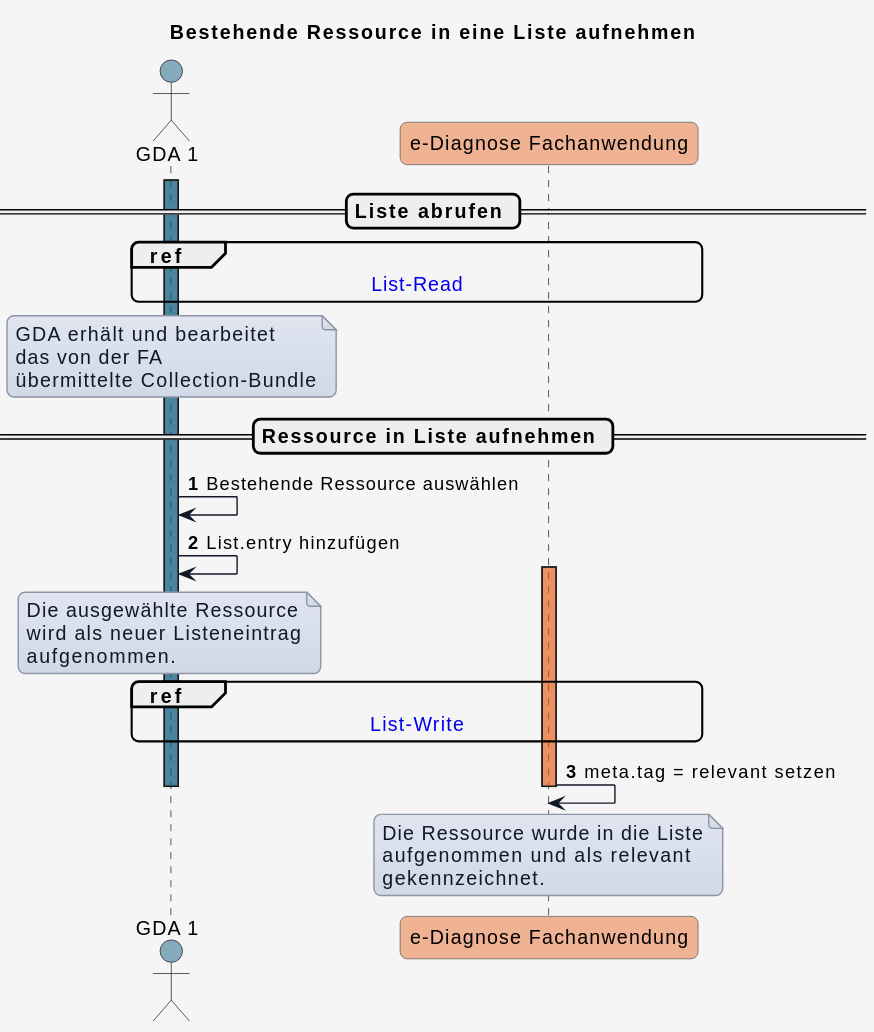
Above: input/images/plantuml/diagram_uc_06_02.svg in HL7Austria/ELGA-e-Diagnose-R4 (PlantUML), before the change.
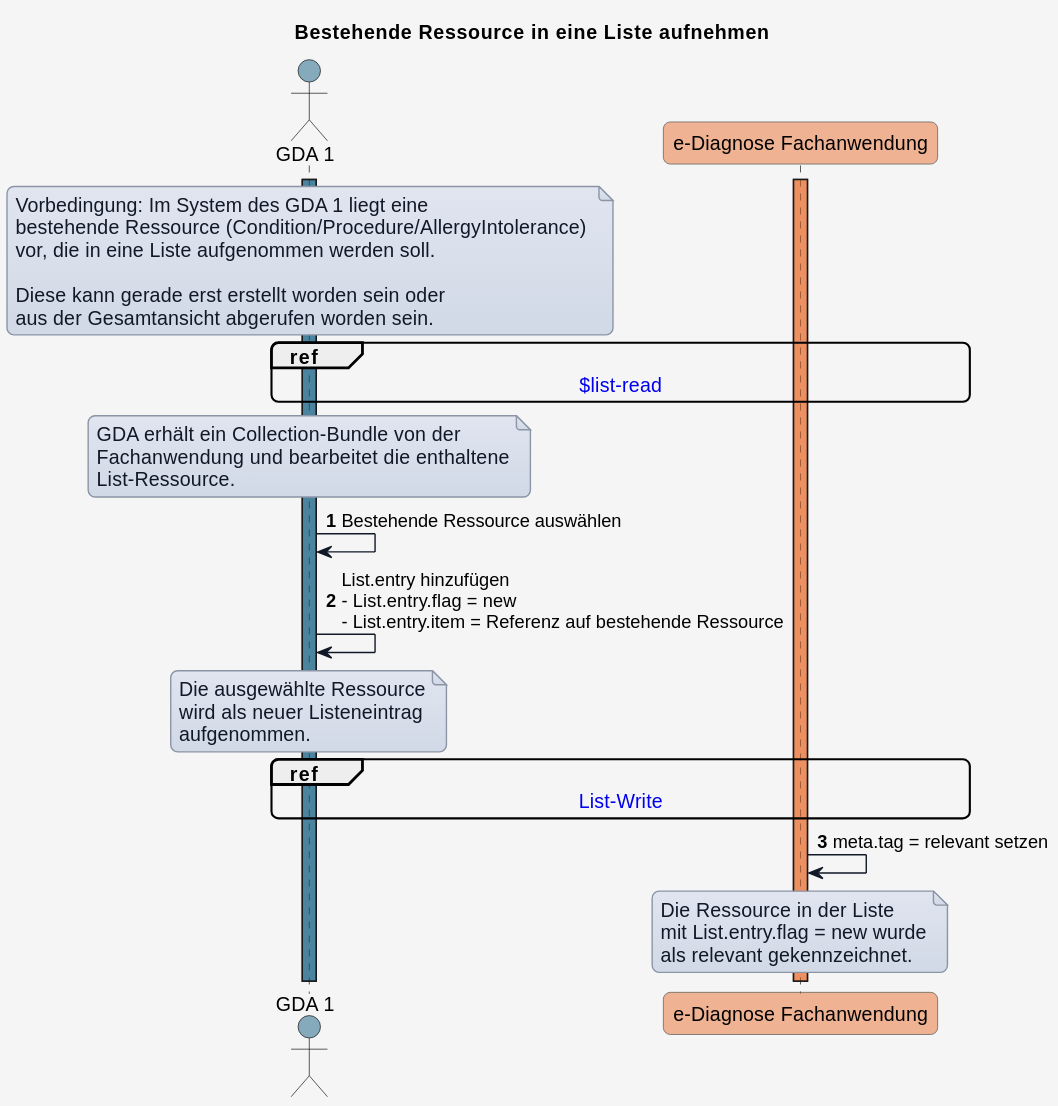
Later version of the same file.

Commit message:
Update adding item to list

Diff of the diagram source:
```diff
@@ -52,43 +52,42 @@
 
 autonumber
 
-== Liste abrufen ==
-
 activate GDA_1 COLOR_GDA_1
-
-ref over GDA_1, eDiag_FA : [[interactions.html#$list-read List-Read]]
+activate eDiag_FA COLOR_DIAG_FA
 
 note over GDA_1
-GDA erhält und bearbeitet
-das von der FA
-übermittelte Collection-Bundle
+  Vorbedingung: Im System des GDA 1 liegt eine
+  bestehende Ressource (Condition/Procedure/AllergyIntolerance)
+  vor, die in eine Liste aufgenommen werden soll.
+
+  Diese kann gerade erst erstellt worden sein oder
+  aus der Gesamtansicht abgerufen worden sein.
 end note
 
-== Ressource in Liste aufnehmen ==
+ref over GDA_1, eDiag_FA : [[uc_ediag_06_int_list.html#$list-read $list-read]]
+
+note over GDA_1
+  GDA erhält ein Collection-Bundle von der
+  Fachanwendung und bearbeitet die enthaltene
+  List-Ressource.
+end note
 
 GDA_1 -> GDA_1: Bestehende Ressource auswählen
-GDA_1 -> GDA_1: List.entry hinzufügen
-
+GDA_1 -> GDA_1: List.entry hinzufügen\n- List.entry.flag = new\n- List.entry.item = Referenz auf bestehende Ressource
 
 note over GDA_1
-Die ausgewählte Ressource
-wird als neuer Listeneintrag
-aufgenommen.
+  Die ausgewählte Ressource
+  wird als neuer Listeneintrag
+  aufgenommen.
 end note
 
-ref over GDA_1, eDiag_FA : [[interactions.html#$list-write List-Write]]
-
-activate eDiag_FA COLOR_DIAG_FA
+ref over GDA_1, eDiag_FA : [[uc_ediag_06_int_list.html#$list-write List-Write]]
 
 eDiag_FA -> eDiag_FA : meta.tag = relevant setzen
 
-
 note over eDiag_FA
-Die Ressource wurde in die Liste
-aufgenommen und als relevant
-gekennzeichnet.
+  Die Ressource in der Liste
+  mit List.entry.flag = new wurde
+  als relevant gekennzeichnet.
 end note
-
-deactivate eDiag_FA
-deactivate GDA_1
 @enduml
```
